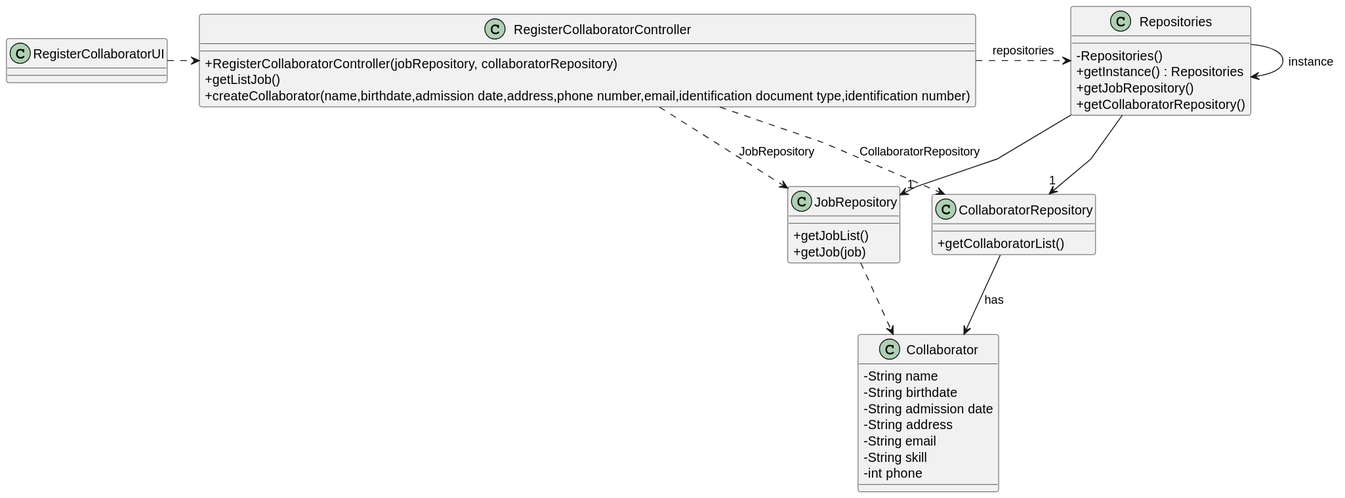
Earlier version of the PlantUML export docs/sprintC/us003/03.design/svg/us003-class-diagram.svg (Departamento-de-Engenharia-Informatica/lei-24-s2-1dkl-g134). Its diagram source:
```plantuml
@startuml
skinparam packageStyle rectangle
skinparam shadowing false
skinparam linetype polyline

skinparam classAttributeIconSize 0

class RegisterCollaboratorUI {
}

class RegisterCollaboratorController {
    + RegisterCollaboratorController(jobRepository, collaboratorRepository)
    + getListJob()
    + createCollaborator(name,birthdate,admission date,address,phone number,email,identification document type,identification number)

}
class Repositories {
    - Repositories()
    + getInstance() : Repositories
    + getJobRepository()
    + getCollaboratorRepository()
}

class JobRepository {
    + getJobList()
    + getJob(job)
}

class CollaboratorRepository {
    + getCollaboratorList()
}

class Collaborator{
- String name
- String birthdate
- String admission date
- String address
- String email
- String skill
- int phone
}







Repositories -> Repositories : instance
RegisterCollaboratorUI .> RegisterCollaboratorController
RegisterCollaboratorController .> Repositories : repositories
Repositories -> "1" JobRepository
RegisterCollaboratorController ..> CollaboratorRepository : CollaboratorRepository
RegisterCollaboratorController ..> JobRepository : JobRepository
JobRepository ..> Collaborator
CollaboratorRepository -> Collaborator: has
Repositories --> "1" CollaboratorRepository
@enduml
```
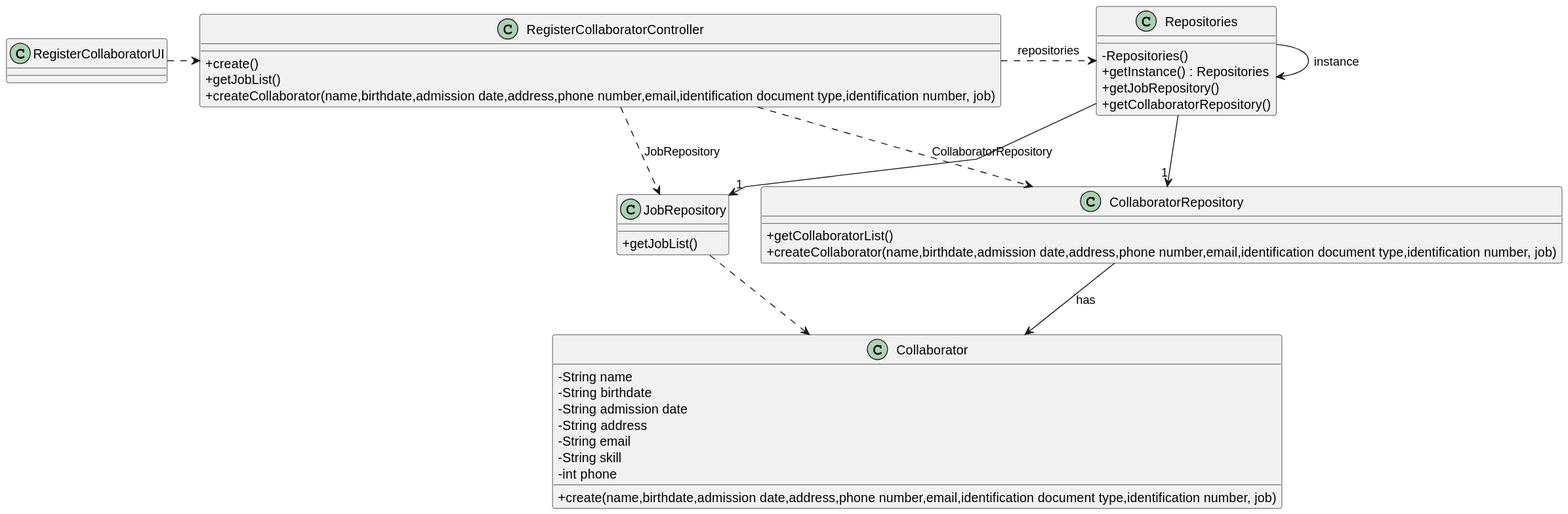
The same diagram one commit later.

What changed in the source:
```diff
@@ -9,9 +9,9 @@
 }
 
 class RegisterCollaboratorController {
-    + RegisterCollaboratorController(jobRepository, collaboratorRepository)
-    + getListJob()
-    + createCollaborator(name,birthdate,admission date,address,phone number,email,identification document type,identification number)
+    + create()
+    + getJobList()
+    + createCollaborator(name,birthdate,admission date,address,phone number,email,identification document type,identification number, job)
 
 }
 class Repositories {
@@ -23,11 +23,11 @@
 
 class JobRepository {
     + getJobList()
-    + getJob(job)
 }
 
 class CollaboratorRepository {
     + getCollaboratorList()
+    + createCollaborator(name,birthdate,admission date,address,phone number,email,identification document type,identification number, job)
 }
 
 class Collaborator{
@@ -38,6 +38,8 @@
 - String email
 - String skill
 - int phone
+
++ create(name,birthdate,admission date,address,phone number,email,identification document type,identification number, job)
 }
 
 
```
